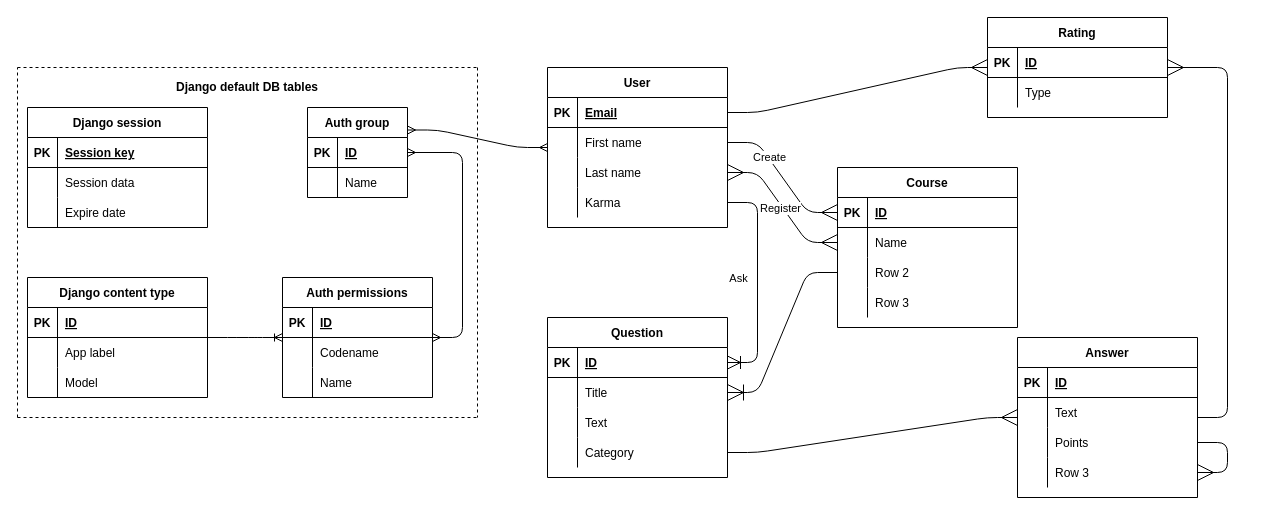
The draw.io diagram page "Page-1" (1 of 2) of docs/ER.drawio in FilipSolich/IIS, before the edit. Source tidied: cells renumbered, new cells numbered last; positions are measured from the earlier drawing's top-left corner, leaving out a move shared by most shapes. Both pictures are drawn from the tidied source at 100%, with x=0, y=0 at pixel (17, 17).
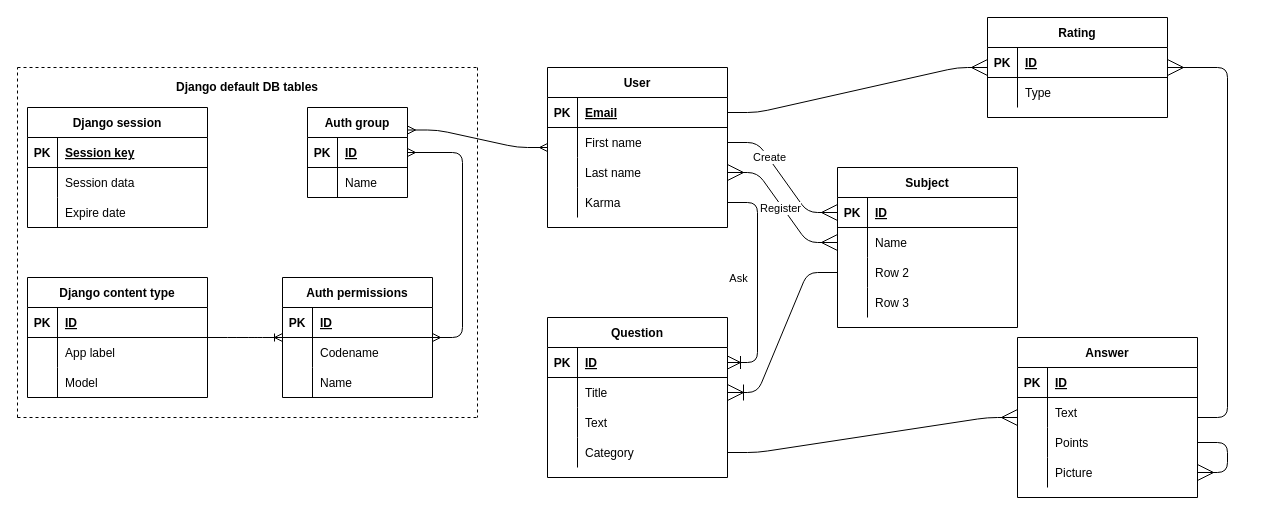
After the change.

Commit message:
added entity for category

The change refers to these unchanged cells:
```xml
<mxCell id="26" style="shape=partialRectangle;fillColor=none;top=0;left=0;bottom=0;right=0;points=[[0,0.5],[1,0.5]];portConstraint=eastwest;" parent="16" vertex="1">
  <mxGeometry y="120" width="180" height="30" as="geometry" />
</mxCell>
```

Change to the diagram source:
```diff
@@
-    <mxCell id="28" value="Row 3" style="shape=partialRectangle;fillColor=none;top=0;left=0;bottom=0;right=0;align=left;spacingLeft=6;overflow=hidden;" parent="26" vertex="1">
+    <mxCell id="28" value="Picture" style="shape=partialRectangle;fillColor=none;top=0;left=0;bottom=0;right=0;align=left;spacingLeft=6;overflow=hidden;" parent="26" vertex="1">
       <mxGeometry x="30" width="150" height="30" as="geometry" />
     </mxCell>
@@
-    <mxCell id="50" value="Course" style="shape=table;startSize=30;childLayout=tableLayout;rowLines=0;fontStyle=1;align=center;hachureGap=4;" parent="1" vertex="1">
+    <mxCell id="50" value="Subject" style="shape=table;startSize=30;childLayout=tableLayout;rowLines=0;fontStyle=1;align=center;hachureGap=4;" parent="1" vertex="1">
       <mxGeometry x="820" y="150" width="180" height="160" as="geometry" />
     </mxCell>
```
